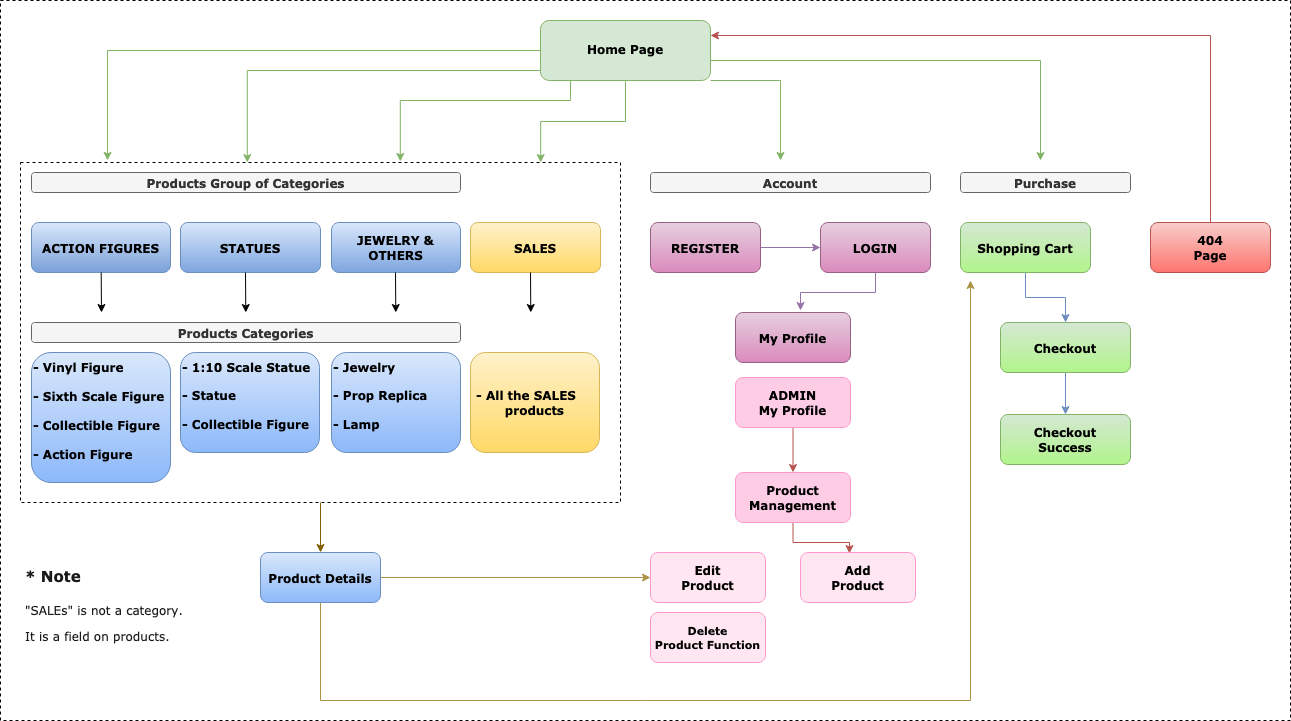
Mathias-SantAnna/lotr-collectibles keeps this draw.io diagram as readme/ux/front-end-chart.png. Above is the earlier version. Source tidied: cells renumbered, new cells last; positions are measured from the earlier drawing's top-left corner, leaving out a move shared by most shapes.
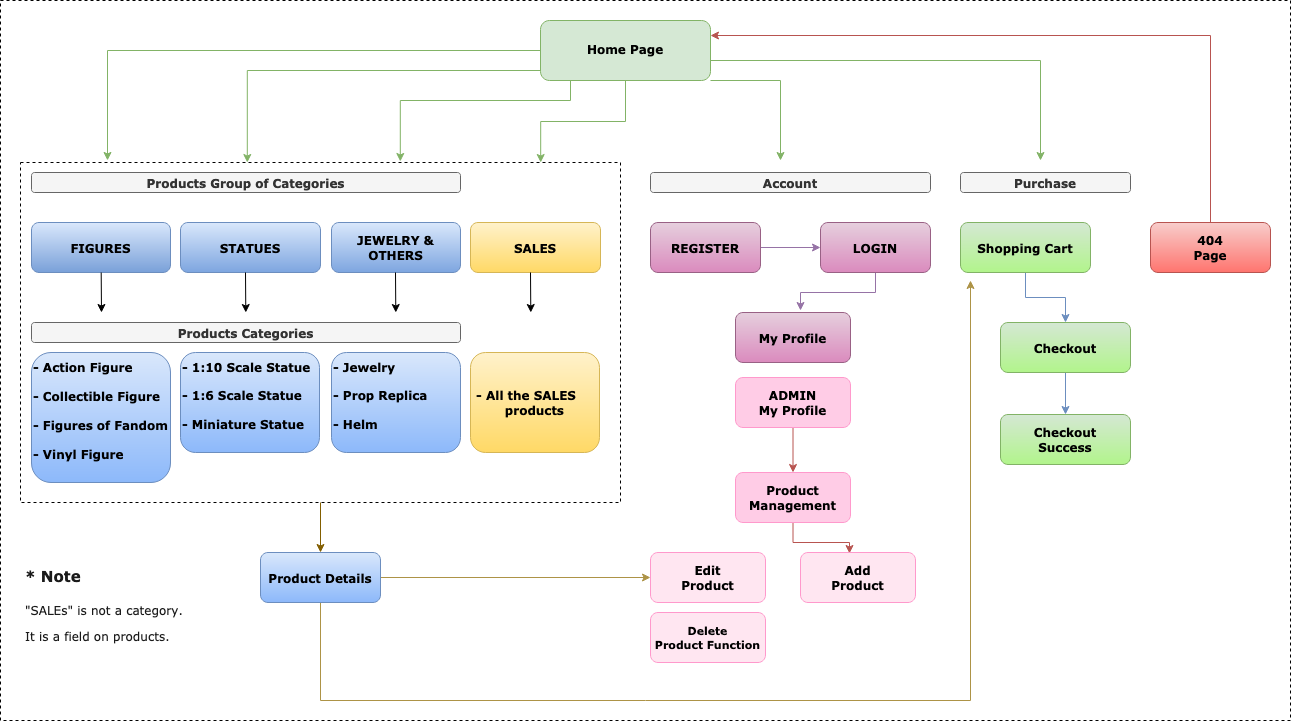
Later version of the same file.

The edit, as a diff of the source:
```diff
@@ -61,7 +61,7 @@
     <mxCell id="13" value="&lt;div align=&quot;center&quot;&gt;Products Categories&lt;/div&gt;" style="rounded=1;whiteSpace=wrap;html=1;glass=0;fontFamily=Verdana;fontSize=12;fontColor=#333333;fillColor=#f5f5f5;align=center;verticalAlign=middle;strokeColor=#666666;fontStyle=1;" parent="1" vertex="1">
       <mxGeometry x="31" y="322" width="429" height="20" as="geometry" />
     </mxCell>
-    <mxCell id="14" value="ACTION FIGURES" style="rounded=1;whiteSpace=wrap;html=1;glass=0;fontFamily=Verdana;fontSize=12;fillColor=#dae8fc;align=center;verticalAlign=middle;strokeColor=#6c8ebf;fontStyle=1;gradientColor=#7AA1D9;" parent="1" vertex="1">
+    <mxCell id="14" value="FIGURES" style="rounded=1;whiteSpace=wrap;html=1;glass=0;fontFamily=Verdana;fontSize=12;fillColor=#dae8fc;align=center;verticalAlign=middle;strokeColor=#6c8ebf;fontStyle=1;gradientColor=#7AA1D9;" parent="1" vertex="1">
       <mxGeometry x="31" y="222" width="139" height="50" as="geometry" />
     </mxCell>
     <mxCell id="15" value="STATUES" style="rounded=1;whiteSpace=wrap;html=1;glass=0;fontFamily=Verdana;fontSize=12;fillColor=#dae8fc;align=center;verticalAlign=middle;strokeColor=#6c8ebf;fontStyle=1;gradientColor=#7ea6e0;" parent="1" vertex="1">
@@ -73,13 +73,13 @@
     <mxCell id="17" value="SALES" style="rounded=1;whiteSpace=wrap;html=1;glass=0;fontFamily=Verdana;fontSize=12;fillColor=#fff2cc;align=center;verticalAlign=middle;strokeColor=#d6b656;fontStyle=1;gradientColor=#ffd966;" parent="1" vertex="1">
       <mxGeometry x="470" y="222" width="130" height="50" as="geometry" />
     </mxCell>
-    <mxCell id="18" value="&lt;div&gt;- Vinyl Figure&lt;/div&gt;&lt;div&gt;&lt;br&gt;&lt;/div&gt;&lt;div&gt;- Sixth Scale Figure&lt;/div&gt;&lt;div&gt;&lt;br&gt;&lt;/div&gt;&lt;div&gt;- Collectible Figure&lt;/div&gt;&lt;div&gt;&lt;br&gt;&lt;/div&gt;&lt;div&gt;- Action Figure&lt;br&gt;&lt;/div&gt;&lt;div&gt;&lt;br&gt;&lt;/div&gt;" style="rounded=1;whiteSpace=wrap;html=1;glass=0;fontFamily=Verdana;fontSize=12;fillColor=#dae8fc;align=left;verticalAlign=middle;strokeColor=#6c8ebf;fontStyle=1;gradientColor=#8DB9FA;" parent="1" vertex="1">
+    <mxCell id="18" value="&lt;div&gt;&lt;br&gt;&lt;/div&gt;&lt;div&gt;- Action Figure&lt;/div&gt;&lt;div&gt;&lt;br&gt;&lt;/div&gt;&lt;div&gt;- Collectible Figure&lt;/div&gt;&lt;div&gt;&lt;br&gt;&lt;/div&gt;&lt;div&gt;- Figures of Fandom&lt;br&gt;&lt;/div&gt;&lt;div&gt;&lt;br&gt;&lt;/div&gt;&lt;div&gt;- Vinyl Figure&lt;/div&gt;&lt;br&gt;&lt;div&gt;&lt;br&gt;&lt;/div&gt;" style="rounded=1;whiteSpace=wrap;html=1;glass=0;fontFamily=Verdana;fontSize=12;fillColor=#dae8fc;align=left;verticalAlign=middle;strokeColor=#6c8ebf;fontStyle=1;gradientColor=#8DB9FA;" parent="1" vertex="1">
       <mxGeometry x="31" y="352" width="139" height="130" as="geometry" />
     </mxCell>
-    <mxCell id="19" value="&lt;div&gt;- 1:10 Scale Statue&lt;br&gt;&lt;/div&gt;&lt;div&gt;&lt;br&gt;&lt;/div&gt;&lt;div&gt;- Statue&lt;/div&gt;&lt;div&gt;&lt;br&gt;&lt;/div&gt;&lt;div&gt;- Collectible Figure&lt;br&gt;&lt;/div&gt;&lt;div&gt;&lt;br&gt;&lt;/div&gt;" style="rounded=1;whiteSpace=wrap;html=1;glass=0;fontFamily=Verdana;fontSize=12;fillColor=#dae8fc;align=left;verticalAlign=middle;strokeColor=#6c8ebf;fontStyle=1;gradientColor=#8DB9FA;" parent="1" vertex="1">
+    <mxCell id="19" value="&lt;div&gt;- 1:10 Scale Statue&lt;br&gt;&lt;/div&gt;&lt;div&gt;&lt;br&gt;&lt;/div&gt;&lt;div&gt;- 1:6 Scale Statue&lt;/div&gt;&lt;div&gt;&lt;br&gt;&lt;/div&gt;&lt;div&gt;- Miniature Statue&lt;br&gt;&lt;/div&gt;&lt;div&gt;&lt;br&gt;&lt;/div&gt;" style="rounded=1;whiteSpace=wrap;html=1;glass=0;fontFamily=Verdana;fontSize=12;fillColor=#dae8fc;align=left;verticalAlign=middle;strokeColor=#6c8ebf;fontStyle=1;gradientColor=#8DB9FA;" parent="1" vertex="1">
       <mxGeometry x="180" y="352" width="139" height="100" as="geometry" />
     </mxCell>
-    <mxCell id="20" value="&lt;div&gt;- Jewelry&lt;br&gt;&lt;/div&gt;&lt;div&gt;&lt;br&gt;&lt;/div&gt;&lt;div&gt;- Prop Replica&lt;br&gt;&lt;/div&gt;&lt;div&gt;&lt;br&gt;&lt;/div&gt;&lt;div&gt;- Lamp&lt;br&gt;&lt;/div&gt;&lt;div&gt;&lt;br&gt;&lt;/div&gt;" style="rounded=1;whiteSpace=wrap;html=1;glass=0;fontFamily=Verdana;fontSize=12;fillColor=#dae8fc;align=left;verticalAlign=middle;strokeColor=#6c8ebf;fontStyle=1;gradientColor=#8DB9FA;" parent="1" vertex="1">
+    <mxCell id="20" value="&lt;div&gt;- Jewelry&lt;br&gt;&lt;/div&gt;&lt;div&gt;&lt;br&gt;&lt;/div&gt;&lt;div&gt;- Prop Replica&lt;br&gt;&lt;/div&gt;&lt;div&gt;&lt;br&gt;&lt;/div&gt;&lt;div&gt;- Helm&lt;br&gt;&lt;/div&gt;&lt;div&gt;&lt;br&gt;&lt;/div&gt;" style="rounded=1;whiteSpace=wrap;html=1;glass=0;fontFamily=Verdana;fontSize=12;fillColor=#dae8fc;align=left;verticalAlign=middle;strokeColor=#6c8ebf;fontStyle=1;gradientColor=#8DB9FA;" parent="1" vertex="1">
       <mxGeometry x="331" y="352" width="129" height="100" as="geometry" />
     </mxCell>
     <mxCell id="21" value="&amp;nbsp;- All the SALES&amp;nbsp;&amp;nbsp; &lt;span style=&quot;white-space: pre&quot;&gt;&#9;&lt;/span&gt;products" style="rounded=1;whiteSpace=wrap;html=1;glass=0;fontFamily=Verdana;fontSize=12;fillColor=#fff2cc;align=left;verticalAlign=middle;strokeColor=#d6b656;fontStyle=1;gradientColor=#ffd966;" parent="1" vertex="1">
```
